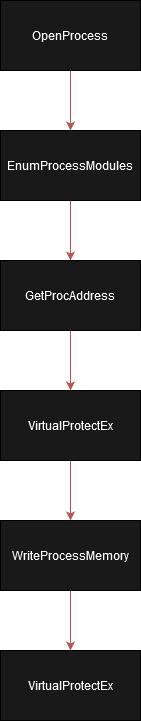
Earlier version of the draw.io export assets/img/function-stomping/function_stomping.png (Idov31/idov31.github.io). Source tidied: cells renumbered, new cells last; positions are measured from the earlier drawing's top-left corner, leaving out a move shared by most shapes.
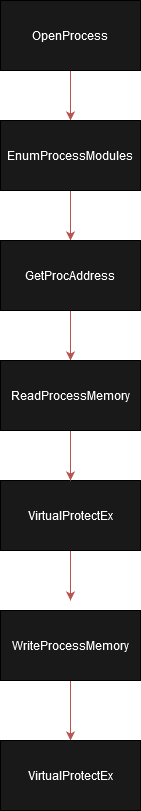
The same diagram one commit later.

The edit, as a diff of the source:
```diff
@@ -6,7 +6,7 @@
       <mxGeometry relative="1" as="geometry" />
     </mxCell>
     <mxCell id="3" value="&lt;font color=&quot;#FFFFFF&quot;&gt;OpenProcess&lt;/font&gt;" style="rounded=0;whiteSpace=wrap;html=1;fillColor=#1a1919;strokeColor=#000000;" parent="1" vertex="1">
-      <mxGeometry width="140" height="70" as="geometry" />
+      <mxGeometry y="10" width="140" height="70" as="geometry" />
     </mxCell>
     <mxCell id="4" style="edgeStyle=orthogonalEdgeStyle;rounded=0;jettySize=auto;html=1;fillColor=#f8cecc;strokeColor=#b85450;" parent="1" edge="1" source="5" target="7">
       <mxGeometry relative="1" as="geometry" />
@@ -14,28 +14,34 @@
     <mxCell id="5" value="&lt;font color=&quot;#ffffffffffff&quot;&gt;EnumProcessModules&lt;/font&gt;" style="rounded=0;whiteSpace=wrap;html=1;fillColor=#1a1919;" parent="1" vertex="1">
       <mxGeometry y="130" width="140" height="70" as="geometry" />
     </mxCell>
-    <mxCell id="6" style="edgeStyle=orthogonalEdgeStyle;rounded=0;jettySize=auto;html=1;exitX=0.5;exitY=1;exitDx=0;exitDy=0;entryX=0.5;entryY=0;entryDx=0;entryDy=0;fillColor=#f8cecc;strokeColor=#b85450;" parent="1" edge="1" source="7" target="9">
-      <mxGeometry relative="1" as="geometry" />
-    </mxCell>
+    <mxCell id="13" style="edgeStyle=orthogonalEdgeStyle;rounded=0;jettySize=auto;html=1;exitX=0.5;exitY=1;exitDx=0;exitDy=0;entryX=0.5;entryY=0;entryDx=0;entryDy=0;fillColor=#f8cecc;strokeColor=#b85450;" parent="1" edge="1" source="7" target="15">
+      <mxGeometry relative="1" as="geometry" />
+    </mxCell>
     <mxCell id="7" value="&lt;font color=&quot;#FFFFFF&quot;&gt;GetProcAddress&lt;/font&gt;" style="rounded=0;whiteSpace=wrap;html=1;fillColor=#1a1919;" parent="1" vertex="1">
-      <mxGeometry y="260" width="140" height="70" as="geometry" />
+      <mxGeometry y="250" width="140" height="70" as="geometry" />
     </mxCell>
     <mxCell id="8" style="edgeStyle=orthogonalEdgeStyle;rounded=0;jettySize=auto;html=1;exitX=0.5;exitY=1;exitDx=0;exitDy=0;entryX=0.5;entryY=0;entryDx=0;entryDy=0;fontColor=#FFFFFF;fillColor=#f8cecc;strokeColor=#b85450;" parent="1" edge="1" source="9">
       <mxGeometry relative="1" as="geometry">
-        <mxPoint x="70" y="520" as="targetPoint" />
+        <mxPoint x="70" y="610" as="targetPoint" />
       </mxGeometry>
     </mxCell>
     <mxCell id="9" value="&lt;font color=&quot;#FFFFFF&quot;&gt;VirtualProtectEx&lt;/font&gt;" style="rounded=0;whiteSpace=wrap;html=1;fillColor=#1a1919;" parent="1" vertex="1">
-      <mxGeometry y="390" width="140" height="70" as="geometry" />
+      <mxGeometry y="490" width="140" height="70" as="geometry" />
     </mxCell>
     <mxCell id="10" style="edgeStyle=orthogonalEdgeStyle;rounded=0;jettySize=auto;html=1;exitX=0.5;exitY=1;exitDx=0;exitDy=0;entryX=0.5;entryY=0;entryDx=0;entryDy=0;fontColor=#FFFFFFFFFFFF;fillColor=#f8cecc;strokeColor=#b85450;" parent="1" edge="1" source="11" target="12">
       <mxGeometry relative="1" as="geometry" />
     </mxCell>
     <mxCell id="11" value="&lt;font color=&quot;#FFFFFFFFFFFF&quot;&gt;WriteProcessMemory&lt;/font&gt;" style="rounded=0;whiteSpace=wrap;html=1;fillColor=#1a1919;" parent="1" vertex="1">
-      <mxGeometry y="520" width="140" height="70" as="geometry" />
+      <mxGeometry y="620" width="140" height="70" as="geometry" />
     </mxCell>
     <mxCell id="12" value="&lt;font color=&quot;#FFFFFF&quot;&gt;VirtualProtectEx&lt;/font&gt;" style="rounded=0;whiteSpace=wrap;html=1;fillColor=#1a1919;" parent="1" vertex="1">
-      <mxGeometry y="650" width="140" height="70" as="geometry" />
+      <mxGeometry y="750" width="140" height="70" as="geometry" />
     </mxCell>
+    <mxCell id="14" style="edgeStyle=orthogonalEdgeStyle;rounded=0;jettySize=auto;html=1;exitX=0.5;exitY=1;exitDx=0;exitDy=0;entryX=0.5;entryY=0;entryDx=0;entryDy=0;fillColor=#f8cecc;strokeColor=#b85450;" parent="1" edge="1" source="15" target="9">
+      <mxGeometry relative="1" as="geometry" />
+    </mxCell>
+    <mxCell id="15" value="&lt;font color=&quot;#FFFFFFFFFF&quot;&gt;ReadProcessMemory&lt;/font&gt;" style="rounded=0;whiteSpace=wrap;html=1;fillColor=#1a1919;" parent="1" vertex="1">
+      <mxGeometry y="370" width="140" height="70" as="geometry" />
+    </mxCell>
   </root>
 </mxGraphModel>
```
